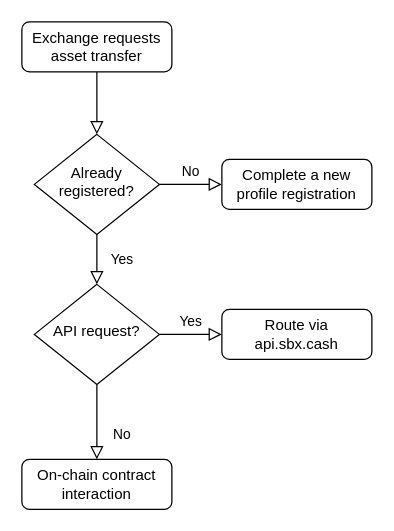
Above: docs/SHA-Matrix.drawio in BCHPleaseOrg/sbx (draw.io), before the change. Source tidied: cells renumbered, new cells numbered last; positions are measured from the earlier drawing's top-left corner, leaving out a move shared by most shapes. Both pictures are drawn from the tidied source at 125%, with x=0, y=0 at pixel (21, 21).
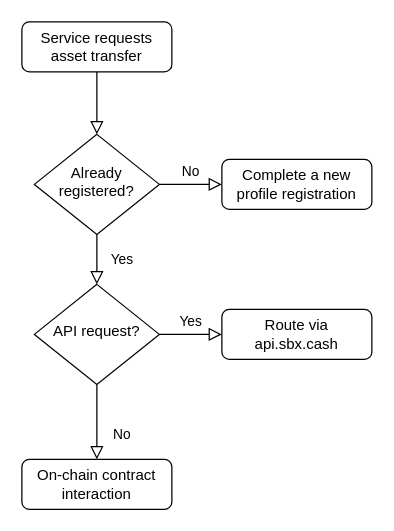
The same diagram, later.

Change to the diagram source:
```diff
@@
 <mxGraphModel>
   <root>
     <mxCell id="0" />
     <mxCell id="1" parent="0" />
     <mxCell id="2" style="rounded=0;html=1;jettySize=auto;fontSize=11;endArrow=block;endFill=0;endSize=8;strokeWidth=1;shadow=0;labelBackgroundColor=none;edgeStyle=orthogonalEdgeStyle;" parent="1" edge="1" source="3" target="6">
       <mxGeometry relative="1" as="geometry" />
     </mxCell>
-    <mxCell id="3" value="Exchange requests asset transfer" style="rounded=1;whiteSpace=wrap;html=1;fontSize=12;glass=0;strokeWidth=1;shadow=0;" parent="1" vertex="1">
+    <mxCell id="3" value="Service requests asset transfer" style="rounded=1;whiteSpace=wrap;html=1;fontSize=12;glass=0;strokeWidth=1;shadow=0;" parent="1" vertex="1">
       <mxGeometry width="120" height="40" as="geometry" />
     </mxCell>
     <mxCell id="4" value="Yes" style="rounded=0;html=1;jettySize=auto;fontSize=11;endArrow=block;endFill=0;endSize=8;strokeWidth=1;shadow=0;labelBackgroundColor=none;edgeStyle=orthogonalEdgeStyle;" parent="1" edge="1" source="6" target="10">
       <mxGeometry y="20" relative="1" as="geometry" />
     </mxCell>
     <mxCell id="5" value="No" style="edgeStyle=orthogonalEdgeStyle;rounded=0;html=1;jettySize=auto;fontSize=11;endArrow=block;endFill=0;endSize=8;strokeWidth=1;shadow=0;labelBackgroundColor=none;" parent="1" edge="1" source="6" target="7">
       <mxGeometry y="10" relative="1" as="geometry" />
     </mxCell>
     <mxCell id="6" value="Already registered?" style="rhombus;whiteSpace=wrap;html=1;shadow=0;fontFamily=Helvetica;fontSize=12;align=center;strokeWidth=1;spacing=6;spacingTop=-4;" parent="1" vertex="1">
       <mxGeometry x="10" y="90" width="100" height="80" as="geometry" />
     </mxCell>
     <mxCell id="7" value="Complete a new profile registration" style="rounded=1;whiteSpace=wrap;html=1;fontSize=12;glass=0;strokeWidth=1;shadow=0;" parent="1" vertex="1">
       <mxGeometry x="160" y="110" width="120" height="40" as="geometry" />
     </mxCell>
     <mxCell id="8" value="No" style="rounded=0;html=1;jettySize=auto;fontSize=11;endArrow=block;endFill=0;endSize=8;strokeWidth=1;shadow=0;labelBackgroundColor=none;edgeStyle=orthogonalEdgeStyle;" parent="1" edge="1" source="10" target="11">
       <mxGeometry x="0.33" y="20" relative="1" as="geometry" />
     </mxCell>
     <mxCell id="9" value="Yes" style="edgeStyle=orthogonalEdgeStyle;rounded=0;html=1;jettySize=auto;fontSize=11;endArrow=block;endFill=0;endSize=8;strokeWidth=1;shadow=0;labelBackgroundColor=none;" parent="1" edge="1" source="10" target="12">
       <mxGeometry y="10" relative="1" as="geometry" />
     </mxCell>
     <mxCell id="10" value="API request?" style="rhombus;whiteSpace=wrap;html=1;shadow=0;fontFamily=Helvetica;fontSize=12;align=center;strokeWidth=1;spacing=6;spacingTop=-4;" parent="1" vertex="1">
       <mxGeometry x="10" y="210" width="100" height="80" as="geometry" />
     </mxCell>
     <mxCell id="11" value="On-chain contract interaction" style="rounded=1;whiteSpace=wrap;html=1;fontSize=12;glass=0;strokeWidth=1;shadow=0;" parent="1" vertex="1">
       <mxGeometry y="350" width="120" height="40" as="geometry" />
     </mxCell>
     <mxCell id="12" value="Route via api.sbx.cash" style="rounded=1;whiteSpace=wrap;html=1;fontSize=12;glass=0;strokeWidth=1;shadow=0;" parent="1" vertex="1">
       <mxGeometry x="160" y="230" width="120" height="40" as="geometry" />
     </mxCell>
   </root>
 </mxGraphModel>
```
